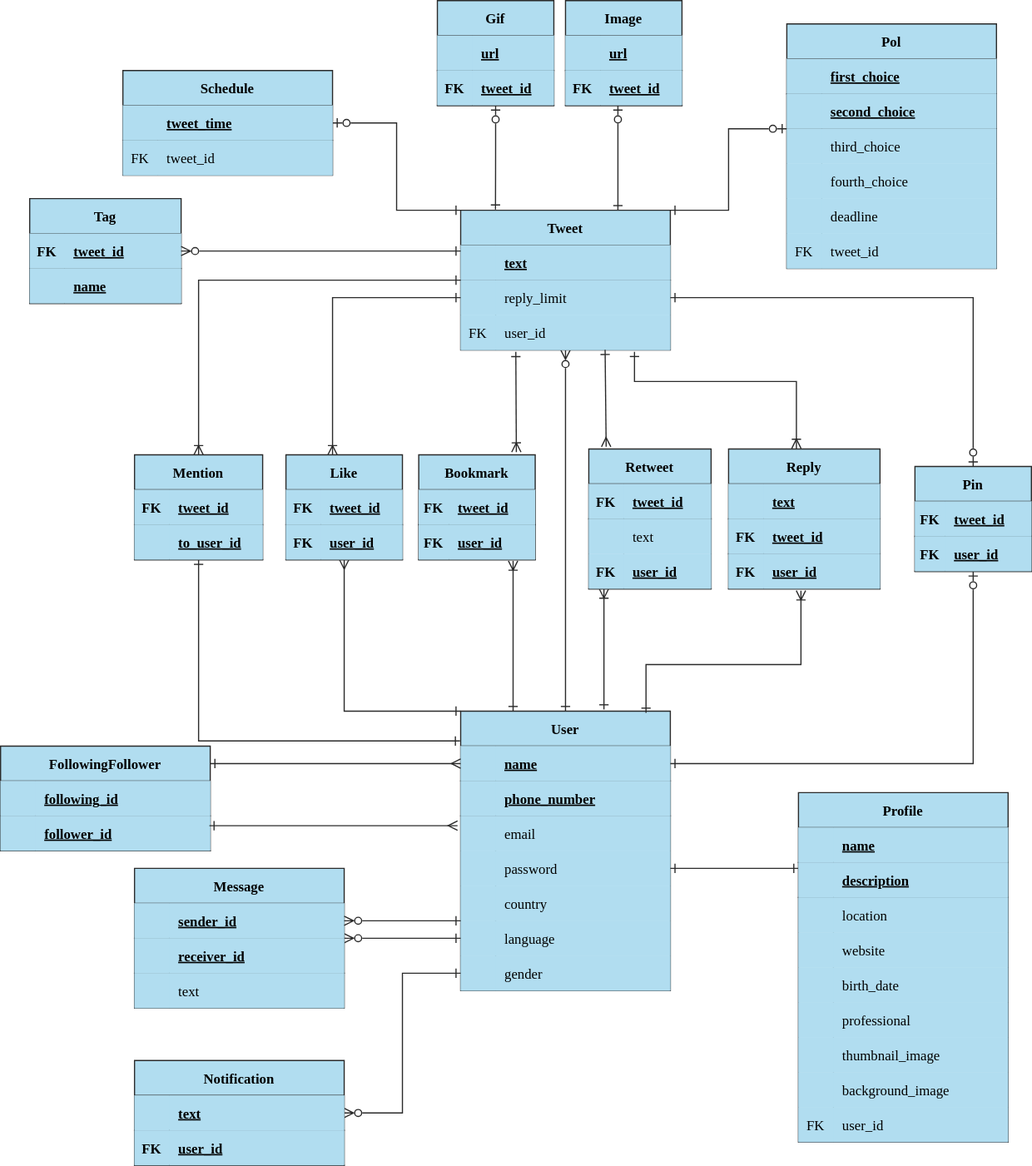
Earlier version of the draw.io export drawio/tweet.svg (yuma-matsui/fjord_draft). Source tidied: cells renumbered, new cells last; positions are measured from the earlier drawing's top-left corner, leaving out a move shared by most shapes.
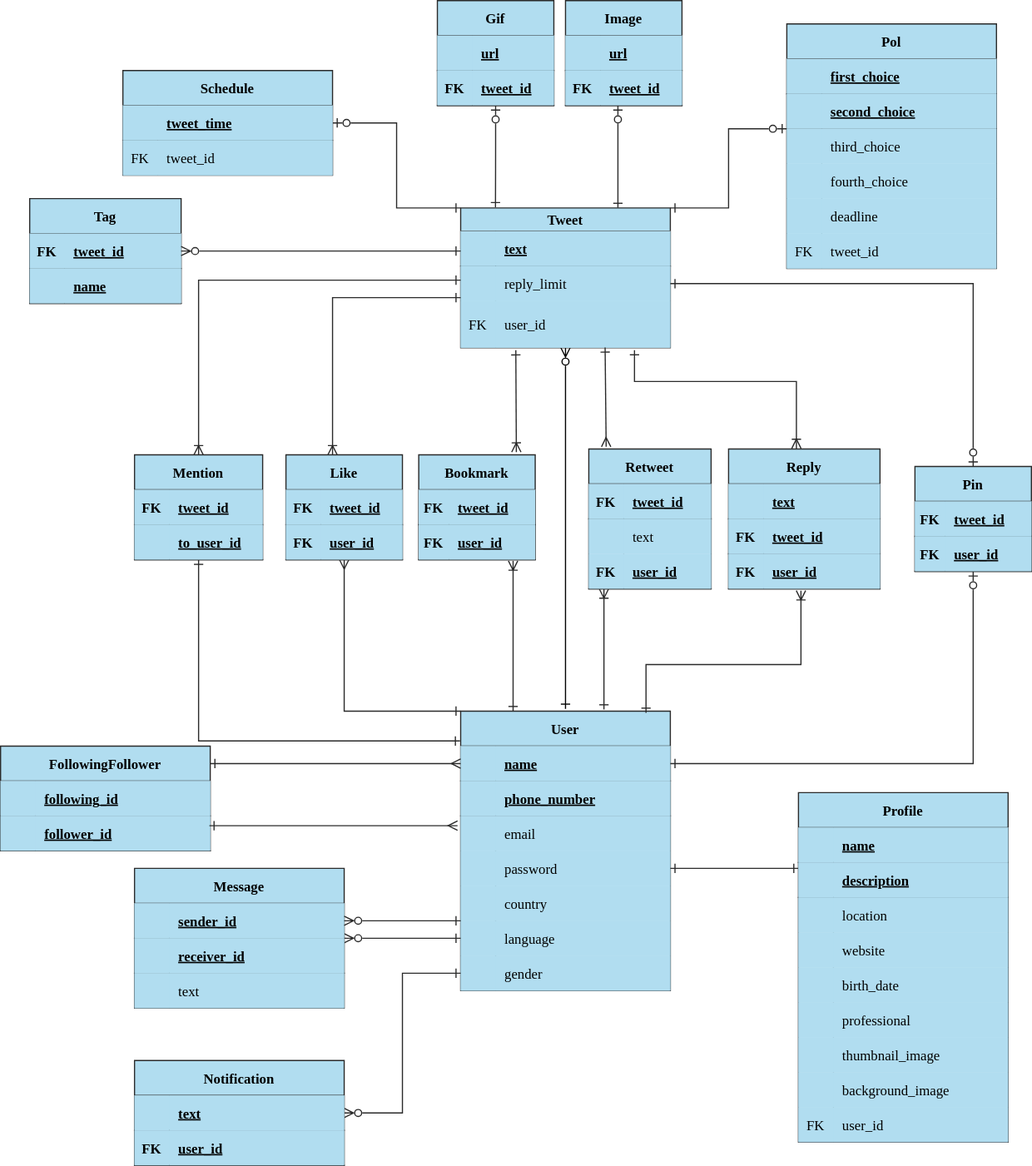
The same file after the commit.

What changed in the source:
```diff
@@ -2,9 +2,6 @@
   <root>
     <mxCell id="0" />
     <mxCell id="1" parent="0" />
-    <mxCell id="2" style="edgeStyle=elbowEdgeStyle;entryX=0.5;entryY=0;entryDx=0;entryDy=0;startArrow=ERzeroToMany;startFill=0;endArrow=ERone;endFill=0;rounded=0;labelBackgroundColor=none;labelBorderColor=none;strokeWidth=1;strokeColor=#2A2A2A;fillColor=#b1ddf0;verticalAlign=middle;fontFamily=Garamond;fontColor=#000000;fontSize=12;" parent="1" edge="1" source="6" target="16">
-      <mxGeometry relative="1" as="geometry" />
-    </mxCell>
     <mxCell id="3" style="edgeStyle=elbowEdgeStyle;exitX=0.75;exitY=0;exitDx=0;exitDy=0;endArrow=ERzeroToOne;endFill=0;rounded=0;labelBackgroundColor=none;labelBorderColor=none;strokeWidth=1;strokeColor=#2A2A2A;fillColor=#b1ddf0;verticalAlign=middle;fontFamily=Garamond;fontColor=#000000;elbow=horizontal;startArrow=ERone;startFill=0;fontSize=12;" parent="1" edge="1" source="6">
       <mxGeometry relative="1" as="geometry">
         <mxPoint x="530" y="90" as="targetPoint" />
@@ -18,11 +15,16 @@
         <mxPoint x="675" y="110" as="targetPoint" />
       </mxGeometry>
     </mxCell>
+    <mxCell id="210" style="edgeStyle=none;html=1;strokeColor=#000000;startArrow=ERzeroToMany;startFill=0;endArrow=ERone;endFill=0;" parent="1" edge="1" source="6">
+      <mxGeometry relative="1" as="geometry">
+        <mxPoint x="485" y="608" as="targetPoint" />
+      </mxGeometry>
+    </mxCell>
-    <mxCell id="6" value="Tweet" style="shape=table;startSize=30;rowLines=0;fontStyle=1;align=center;swimlaneFillColor=default;fillColor=#b1ddf0;rounded=0;labelBackgroundColor=none;labelBorderColor=none;strokeWidth=1;strokeColor=#2A2A2A;verticalAlign=middle;fontFamily=Garamond;fontColor=#000000;fontSize=12;" parent="1" vertex="1">
-      <mxGeometry x="395" y="180" width="180" height="120" as="geometry" />
+    <mxCell id="6" value="Tweet" style="shape=table;startSize=20;rowLines=0;fontStyle=1;align=center;swimlaneFillColor=default;fillColor=#b1ddf0;rounded=0;labelBackgroundColor=none;labelBorderColor=none;strokeWidth=1;strokeColor=#2A2A2A;verticalAlign=middle;fontFamily=Garamond;fontColor=#000000;fontSize=12;" parent="1" vertex="1">
+      <mxGeometry x="395" y="178" width="180" height="120" as="geometry" />
     </mxCell>
     <mxCell id="7" style="shape=partialRectangle;fillColor=#b1ddf0;top=0;left=0;bottom=1;right=0;points=[[0,0.5],[1,0.5]];portConstraint=eastwest;rounded=0;labelBackgroundColor=none;labelBorderColor=none;strokeWidth=1;strokeColor=#2A2A2A;verticalAlign=middle;fontFamily=Garamond;fontColor=#000000;fontSize=12;" parent="6" vertex="1">
-      <mxGeometry y="30" width="180" height="30" as="geometry" />
+      <mxGeometry y="20" width="180" height="30" as="geometry" />
     </mxCell>
     <mxCell id="8" style="shape=partialRectangle;fillColor=#b1ddf0;top=0;left=0;bottom=0;right=0;fontStyle=1;overflow=hidden;rounded=0;labelBackgroundColor=none;labelBorderColor=none;strokeWidth=1;strokeColor=#2A2A2A;verticalAlign=middle;fontFamily=Garamond;fontColor=#000000;fontSize=12;" parent="7" vertex="1">
       <mxGeometry width="30" height="30" as="geometry" />
@@ -31,7 +33,7 @@
       <mxGeometry x="30" width="150" height="30" as="geometry" />
     </mxCell>
     <mxCell id="10" style="shape=partialRectangle;fillColor=#b1ddf0;top=0;left=0;bottom=0;right=0;points=[[0,0.5],[1,0.5]];portConstraint=eastwest;rounded=0;labelBackgroundColor=none;labelBorderColor=none;strokeWidth=1;strokeColor=#2A2A2A;verticalAlign=middle;fontFamily=Garamond;fontColor=#000000;fontSize=12;" parent="6" vertex="1">
-      <mxGeometry y="60" width="180" height="30" as="geometry" />
+      <mxGeometry y="50" width="180" height="30" as="geometry" />
     </mxCell>
     <mxCell id="11" style="shape=partialRectangle;fillColor=#b1ddf0;top=0;left=0;bottom=0;right=0;overflow=hidden;rounded=0;labelBackgroundColor=none;labelBorderColor=none;strokeWidth=1;strokeColor=#2A2A2A;verticalAlign=middle;fontFamily=Garamond;fontColor=#000000;fontSize=12;" parent="10" vertex="1">
       <mxGeometry width="30" height="30" as="geometry" />
@@ -40,13 +42,13 @@
       <mxGeometry x="30" width="150" height="30" as="geometry" />
     </mxCell>
     <mxCell id="13" style="shape=partialRectangle;fillColor=#b1ddf0;top=0;left=0;bottom=0;right=0;points=[[0,0.5],[1,0.5]];portConstraint=eastwest;rounded=0;labelBackgroundColor=none;labelBorderColor=none;strokeWidth=1;strokeColor=#2A2A2A;verticalAlign=middle;fontFamily=Garamond;fontColor=#000000;fontSize=12;" parent="6" vertex="1">
-      <mxGeometry y="90" width="180" height="30" as="geometry" />
+      <mxGeometry y="80" width="180" height="40" as="geometry" />
     </mxCell>
     <mxCell id="14" value="FK" style="shape=partialRectangle;fillColor=#b1ddf0;top=0;left=0;bottom=0;right=0;overflow=hidden;rounded=0;labelBackgroundColor=none;labelBorderColor=none;strokeWidth=1;strokeColor=#2A2A2A;verticalAlign=middle;fontFamily=Garamond;fontColor=#000000;fontSize=12;" parent="13" vertex="1">
-      <mxGeometry width="30" height="30" as="geometry" />
+      <mxGeometry width="30" height="40" as="geometry" />
     </mxCell>
     <mxCell id="15" value="user_id" style="shape=partialRectangle;fillColor=#b1ddf0;top=0;left=0;bottom=0;right=0;align=left;spacingLeft=6;overflow=hidden;strokeColor=#2A2A2A;rounded=0;labelBackgroundColor=none;labelBorderColor=none;strokeWidth=1;verticalAlign=middle;fontFamily=Garamond;fontColor=#000000;fontSize=12;" parent="13" vertex="1">
-      <mxGeometry x="30" width="150" height="30" as="geometry" />
+      <mxGeometry x="30" width="150" height="40" as="geometry" />
     </mxCell>
     <mxCell id="16" value="User" style="shape=table;startSize=30;rowLines=0;fontStyle=1;align=center;swimlaneFillColor=default;fillColor=#b1ddf0;rounded=0;labelBackgroundColor=none;labelBorderColor=none;strokeWidth=1;strokeColor=#2A2A2A;verticalAlign=middle;fontFamily=Garamond;fontColor=#000000;fontSize=12;" parent="1" vertex="1">
       <mxGeometry x="395" y="610" width="180" height="240" as="geometry" />
@@ -585,12 +587,13 @@
     <mxCell id="186" style="edgeStyle=elbowEdgeStyle;html=1;startArrow=ERoneToMany;startFill=0;endArrow=ERone;endFill=0;entryX=1;entryY=0;entryDx=0;entryDy=0;exitX=0.519;exitY=1.068;exitDx=0;exitDy=0;exitPerimeter=0;elbow=vertical;rounded=0;" parent="1" edge="1" target="16">
       <mxGeometry relative="1" as="geometry">
         <Array as="points">
-          <mxPoint x="615" y="610" />
+          <mxPoint x="615" y="608" />
         </Array>
       </mxGeometry>
     </mxCell>
-    <mxCell id="187" style="edgeStyle=orthogonalEdgeStyle;rounded=0;html=0;labelBackgroundColor=none;labelBorderColor=none;fontFamily=Garamond;fontColor=#000000;startArrow=ERoneToMany;startFill=0;endArrow=ERone;endFill=0;strokeColor=#2A2A2A;strokeWidth=1;fontSize=12;" parent="1" edge="1" source="189" target="7">
+    <mxCell id="187" style="edgeStyle=orthogonalEdgeStyle;rounded=0;html=0;labelBackgroundColor=none;labelBorderColor=none;fontFamily=Garamond;fontColor=#000000;startArrow=ERoneToMany;startFill=0;endArrow=ERone;endFill=0;strokeColor=#2A2A2A;strokeWidth=1;fontSize=12;" parent="1" edge="1" source="189">
       <mxGeometry relative="1" as="geometry">
+        <mxPoint x="395" y="240" as="targetPoint" />
         <Array as="points">
           <mxPoint x="170" y="240" />
         </Array>
```
